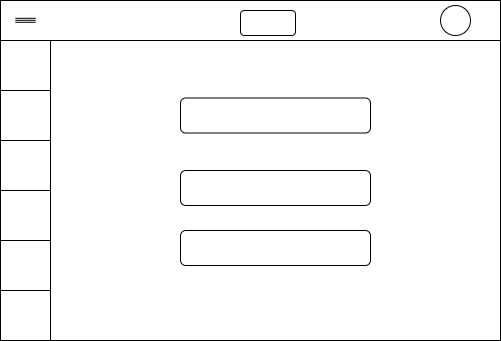
This is PrototipoMediaLoginPT1.drawio.png from CauaMariz/arquivos-escola, a draw.io export, as it was before one commit. Source tidied: cells renumbered, new cells last; positions are measured from the earlier drawing's top-left corner, leaving out a move shared by most shapes. Its diagram source:
```xml
<mxGraphModel>
  <root>
    <mxCell id="0" />
    <mxCell id="1" parent="0" />
    <mxCell id="2" style="rounded=0;whiteSpace=wrap;html=1;" parent="1" vertex="1">
      <mxGeometry width="500" height="240" as="geometry" />
    </mxCell>
    <mxCell id="3" style="rounded=0;whiteSpace=wrap;html=1;" parent="1" vertex="1">
      <mxGeometry y="40" width="500" height="300" as="geometry" />
    </mxCell>
    <mxCell id="4" style="whiteSpace=wrap;html=1;" parent="1" vertex="1">
      <mxGeometry y="40" width="50" height="50" as="geometry" />
    </mxCell>
    <mxCell id="5" style="whiteSpace=wrap;html=1;" parent="1" vertex="1">
      <mxGeometry y="90" width="50" height="50" as="geometry" />
    </mxCell>
    <mxCell id="6" style="whiteSpace=wrap;html=1;" parent="1" vertex="1">
      <mxGeometry y="140" width="50" height="50" as="geometry" />
    </mxCell>
    <mxCell id="7" style="whiteSpace=wrap;html=1;" parent="1" vertex="1">
      <mxGeometry y="190" width="50" height="50" as="geometry" />
    </mxCell>
    <mxCell id="8" style="whiteSpace=wrap;html=1;" parent="1" vertex="1">
      <mxGeometry y="240" width="50" height="50" as="geometry" />
    </mxCell>
    <mxCell id="9" style="whiteSpace=wrap;html=1;" parent="1" vertex="1">
      <mxGeometry y="290" width="50" height="50" as="geometry" />
    </mxCell>
    <mxCell id="10" style="rounded=1;whiteSpace=wrap;html=1;" parent="1" vertex="1">
      <mxGeometry x="180" y="230" width="190" height="35" as="geometry" />
    </mxCell>
    <mxCell id="11" style="rounded=1;whiteSpace=wrap;html=1;" parent="1" vertex="1">
      <mxGeometry x="180" y="170" width="190" height="35" as="geometry" />
    </mxCell>
    <mxCell id="12" style="rounded=1;whiteSpace=wrap;html=1;" parent="1" vertex="1">
      <mxGeometry x="180" y="97.5" width="190" height="35" as="geometry" />
    </mxCell>
    <mxCell id="13" style="shape=link;html=1;rounded=0;" parent="1" edge="1">
      <mxGeometry relative="1" as="geometry">
        <mxPoint x="15" y="19.8" as="sourcePoint" />
        <mxPoint x="35" y="19.8" as="targetPoint" />
        <Array as="points">
          <mxPoint x="15" y="19.8" />
          <mxPoint x="30" y="19.8" />
        </Array>
      </mxGeometry>
    </mxCell>
    <mxCell id="14" style="endArrow=none;html=1;rounded=0;strokeColor=default;" parent="1" edge="1">
      <mxGeometry relative="1" as="geometry">
        <mxPoint x="15" y="19.8" as="sourcePoint" />
        <mxPoint x="35" y="19.8" as="targetPoint" />
        <Array as="points">
          <mxPoint x="30" y="19.8" />
        </Array>
      </mxGeometry>
    </mxCell>
    <mxCell id="15" style="rounded=1;whiteSpace=wrap;html=1;" parent="1" vertex="1">
      <mxGeometry x="240" y="10" width="55" height="25" as="geometry" />
    </mxCell>
    <mxCell id="16" style="ellipse;whiteSpace=wrap;html=1;" parent="1" vertex="1">
      <mxGeometry x="440" y="5" width="30" height="30" as="geometry" />
    </mxCell>
  </root>
</mxGraphModel>
```
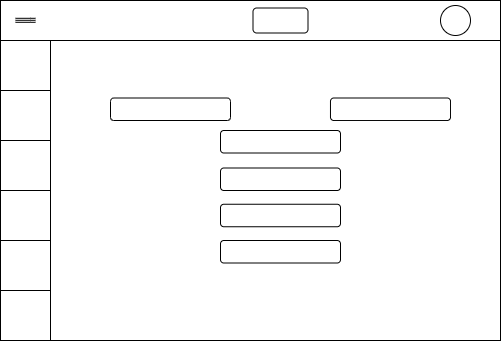
Later version of the same file.

What changed in the source:
```diff
@@ -26,14 +26,8 @@
     <mxCell id="9" style="whiteSpace=wrap;html=1;" parent="1" vertex="1">
       <mxGeometry y="290" width="50" height="50" as="geometry" />
     </mxCell>
-    <mxCell id="10" style="rounded=1;whiteSpace=wrap;html=1;" parent="1" vertex="1">
-      <mxGeometry x="180" y="230" width="190" height="35" as="geometry" />
-    </mxCell>
-    <mxCell id="11" style="rounded=1;whiteSpace=wrap;html=1;" parent="1" vertex="1">
-      <mxGeometry x="180" y="170" width="190" height="35" as="geometry" />
-    </mxCell>
     <mxCell id="12" style="rounded=1;whiteSpace=wrap;html=1;" parent="1" vertex="1">
-      <mxGeometry x="180" y="97.5" width="190" height="35" as="geometry" />
+      <mxGeometry x="110" y="97.5" width="120" height="22.5" as="geometry" />
     </mxCell>
     <mxCell id="13" style="shape=link;html=1;rounded=0;" parent="1" edge="1">
       <mxGeometry relative="1" as="geometry">
@@ -55,10 +49,25 @@
       </mxGeometry>
     </mxCell>
     <mxCell id="15" style="rounded=1;whiteSpace=wrap;html=1;" parent="1" vertex="1">
-      <mxGeometry x="240" y="10" width="55" height="25" as="geometry" />
+      <mxGeometry x="252.5" y="7.5" width="55" height="25" as="geometry" />
     </mxCell>
     <mxCell id="16" style="ellipse;whiteSpace=wrap;html=1;" parent="1" vertex="1">
       <mxGeometry x="440" y="5" width="30" height="30" as="geometry" />
     </mxCell>
+    <mxCell id="17" style="rounded=1;whiteSpace=wrap;html=1;" parent="1" vertex="1">
+      <mxGeometry x="330" y="97.5" width="120" height="22.5" as="geometry" />
+    </mxCell>
+    <mxCell id="18" style="rounded=1;whiteSpace=wrap;html=1;" parent="1" vertex="1">
+      <mxGeometry x="220" y="130" width="120" height="22.5" as="geometry" />
+    </mxCell>
+    <mxCell id="19" style="rounded=1;whiteSpace=wrap;html=1;" parent="1" vertex="1">
+      <mxGeometry x="220" y="167.5" width="120" height="22.5" as="geometry" />
+    </mxCell>
+    <mxCell id="20" style="rounded=1;whiteSpace=wrap;html=1;" parent="1" vertex="1">
+      <mxGeometry x="220" y="203.8" width="120" height="22.5" as="geometry" />
+    </mxCell>
+    <mxCell id="21" style="rounded=1;whiteSpace=wrap;html=1;" parent="1" vertex="1">
+      <mxGeometry x="220" y="240" width="120" height="22.5" as="geometry" />
+    </mxCell>
   </root>
 </mxGraphModel>
```
